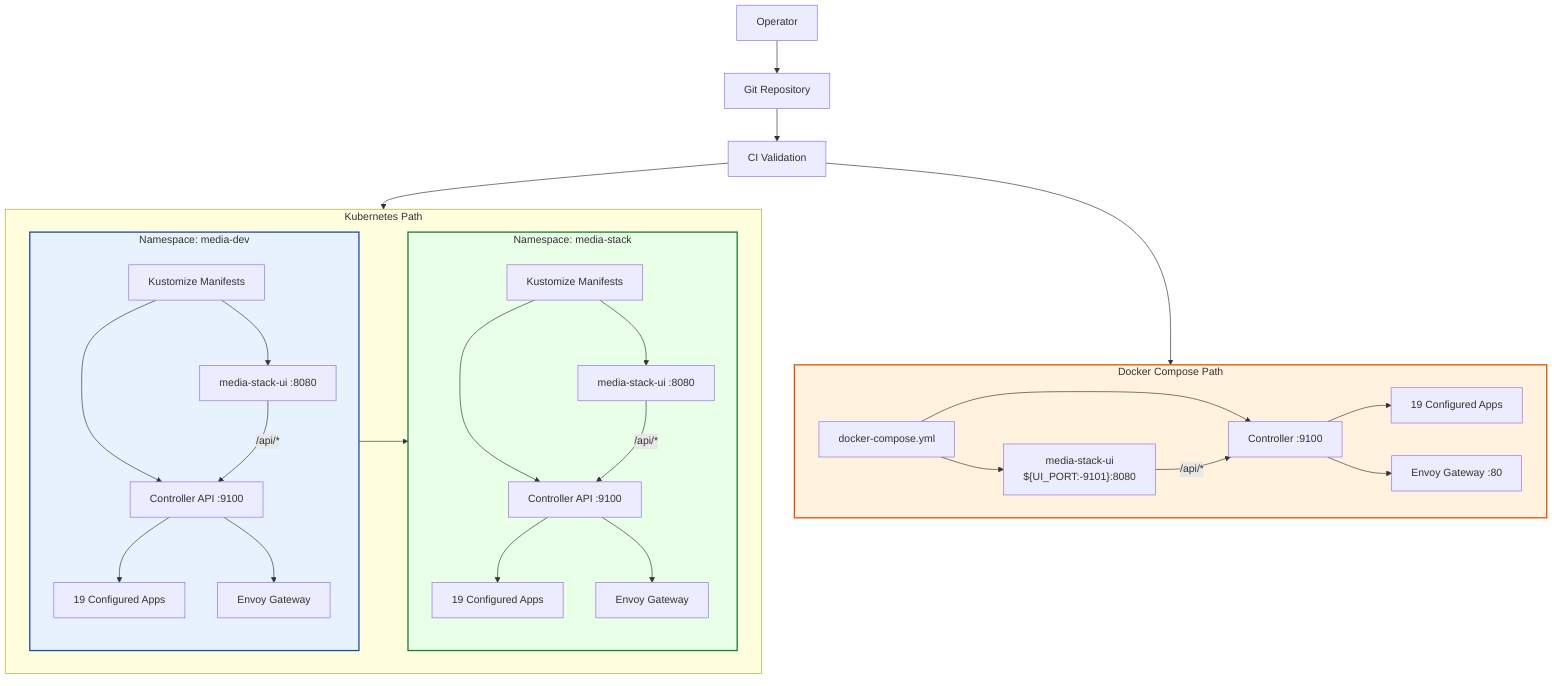
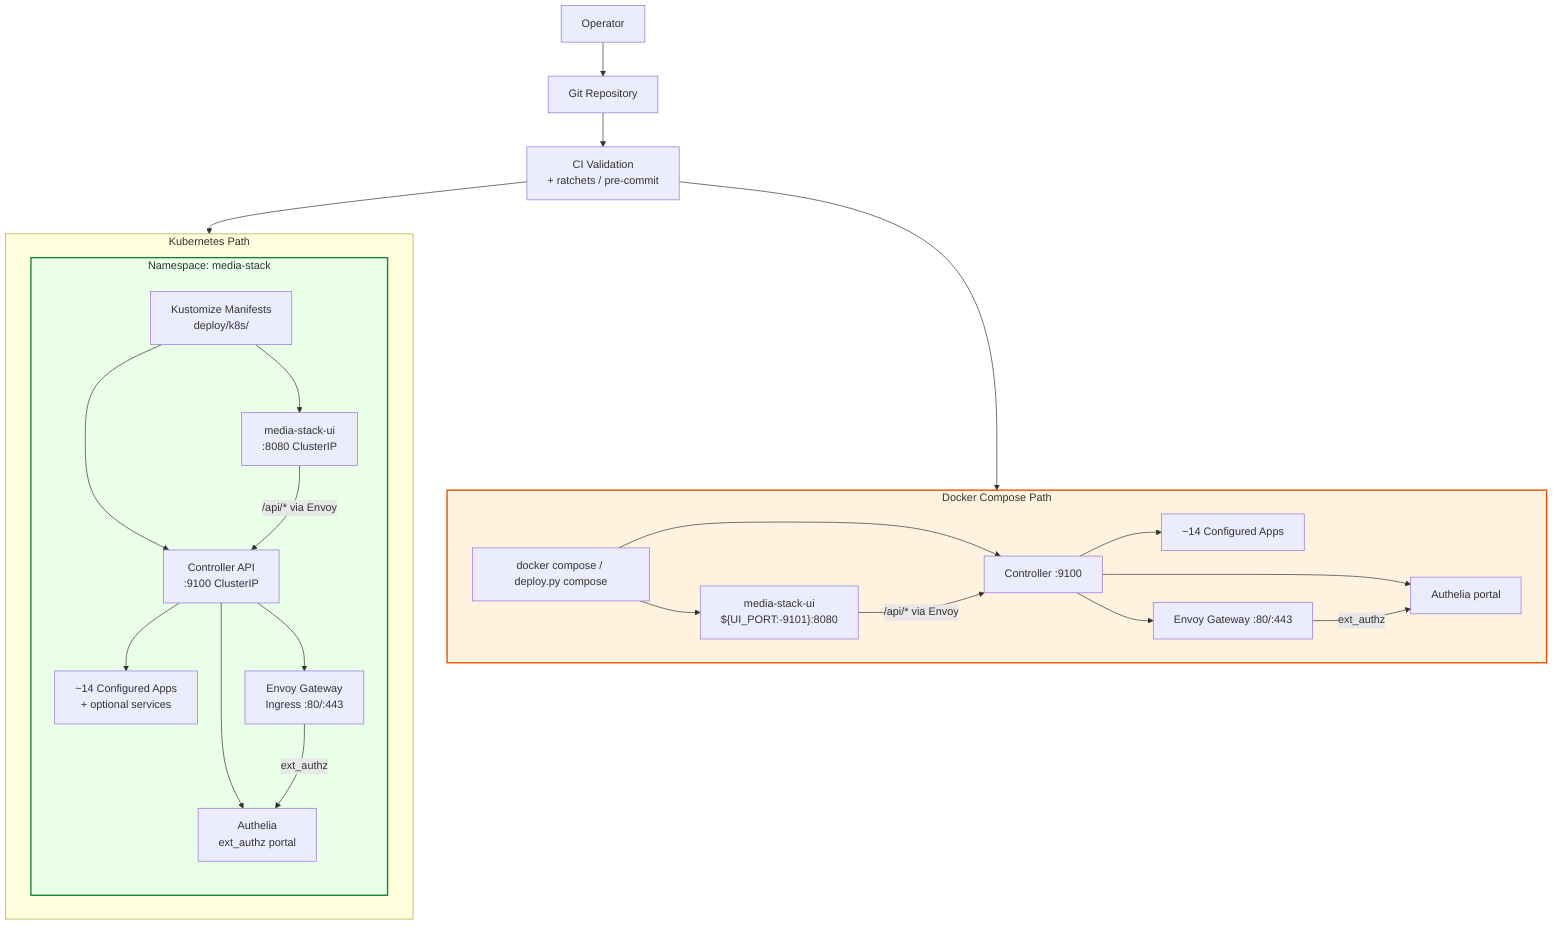
flowchart TB
  OP[Operator]
  GIT[Git Repository]
-   CI[CI Validation]
+   CI[CI Validation\n+ ratchets / pre-commit]

  subgraph K8S[Kubernetes Path]
-     subgraph ENV1[Namespace: media-dev]
-       K8S1[Kustomize Manifests]
-       BOOT1[Controller API :9100]
-       UI1[media-stack-ui :8080]
-       ENVOY1[Envoy Gateway]
-       APPS1[19 Configured Apps]
-     end
-     subgraph ENV2[Namespace: media-stack]
-       K8S2[Kustomize Manifests]
-       BOOT2[Controller API :9100]
-       UI2[media-stack-ui :8080]
-       ENVOY2[Envoy Gateway]
-       APPS2[19 Configured Apps]
+     subgraph NS[Namespace: media-stack]
+       K8S1[Kustomize Manifests\ndeploy/k8s/]
+       BOOT1[Controller API\n:9100 ClusterIP]
+       UI1[media-stack-ui\n:8080 ClusterIP]
+       ENVOY1[Envoy Gateway\nIngress :80/:443]
+       AUTH1[Authelia\next_authz portal]
+       APPS1[~14 Configured Apps\n+ optional services]
    end
  end

  subgraph COMPOSE[Docker Compose Path]
-     DC[docker-compose.yml]
+     DC["docker compose / deploy.py compose"]
    BOOT3[Controller :9100]
-     UI3["media-stack-ui<br/>${UI_PORT:-9101}:8080"]
-     ENVOY3[Envoy Gateway :80]
-     APPS3[19 Configured Apps]
+     UI3["media-stack-ui\n${UI_PORT:-9101}:8080"]
+     ENVOY3[Envoy Gateway :80/:443]
+     AUTH3[Authelia portal]
+     APPS3[~14 Configured Apps]
  end

  OP --> GIT
  GIT --> CI
  CI --> K8S
  CI --> COMPOSE
-   ENV1 --> ENV2

  K8S1 --> BOOT1 --> APPS1
  BOOT1 --> ENVOY1
+   BOOT1 --> AUTH1
  K8S1 --> UI1
-   UI1 -->|/api/*| BOOT1
-   K8S2 --> BOOT2 --> APPS2
-   BOOT2 --> ENVOY2
-   K8S2 --> UI2
-   UI2 -->|/api/*| BOOT2
+   UI1 -->|/api/* via Envoy| BOOT1
+   ENVOY1 -->|ext_authz| AUTH1

  DC --> BOOT3 --> APPS3
  BOOT3 --> ENVOY3
+   BOOT3 --> AUTH3
  DC --> UI3
-   UI3 -->|/api/*| BOOT3
+   UI3 -->|/api/* via Envoy| BOOT3
+   ENVOY3 -->|ext_authz| AUTH3

-   style ENV1 fill:#e8f2ff,stroke:#1f4f99,stroke-width:2px
-   style ENV2 fill:#e9ffe8,stroke:#1a7f37,stroke-width:2px
+   style NS fill:#e9ffe8,stroke:#1a7f37,stroke-width:2px
  style COMPOSE fill:#fff3e0,stroke:#e65100,stroke-width:2px
